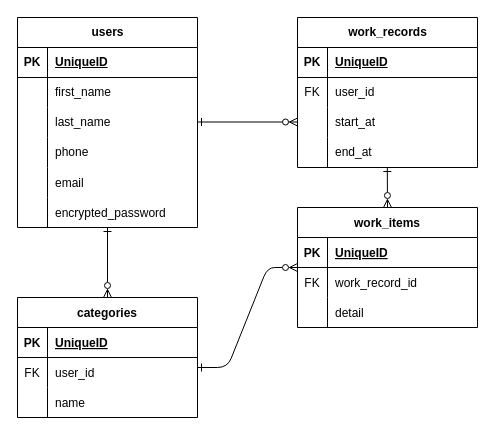
MasakiAraki/kanrikun keeps this draw.io diagram as doc/er.drawio. Above is the earlier version. Source tidied: cells renumbered, new cells numbered last; positions are measured from the earlier drawing's top-left corner, leaving out a move shared by most shapes. Both pictures are drawn from the tidied source at 100%, with x=0, y=0 at pixel (17, 17).
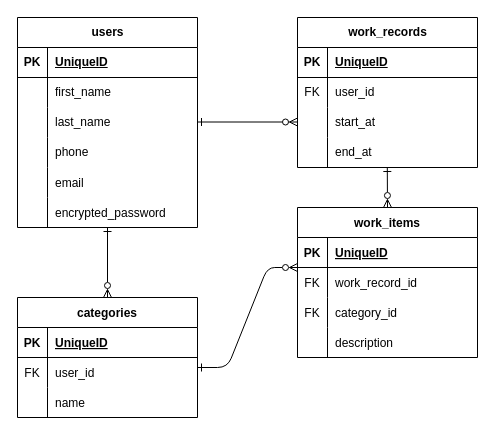
After the change.

What changed in the source:
```diff
@@
     <mxCell id="35" value="work_items" style="shape=table;startSize=30;childLayout=tableLayout;rowLines=0;fontStyle=1;align=center;" parent="1" vertex="1">
-      <mxGeometry x="280" y="190" width="180" height="120" as="geometry" />
+      <mxGeometry x="280" y="190" width="180" height="150" as="geometry" />
     </mxCell>
@@
+    <mxCell id="58" style="shape=tableRow;horizontal=0;startSize=0;swimlaneHead=0;swimlaneBody=0;fillColor=none;top=0;left=0;right=0;bottom=0;" parent="35" vertex="1">
+      <mxGeometry y="90" width="180" height="30" as="geometry" />
+    </mxCell>
+    <mxCell id="59" value="FK" style="shape=partialRectangle;fillColor=none;top=0;left=0;bottom=0;right=0;fontStyle=0;overflow=hidden;" parent="58" vertex="1">
+      <mxGeometry width="30" height="30" as="geometry" />
+    </mxCell>
+    <mxCell id="60" value="category_id" style="shape=partialRectangle;fillColor=none;top=0;left=0;bottom=0;right=0;align=left;spacingLeft=6;fontStyle=0;overflow=hidden;" parent="58" vertex="1">
+      <mxGeometry x="30" width="150" height="30" as="geometry" />
+    </mxCell>
     <mxCell id="42" style="shape=tableRow;horizontal=0;startSize=0;swimlaneHead=0;swimlaneBody=0;fillColor=none;top=0;left=0;right=0;bottom=0;" parent="35" vertex="1">
-      <mxGeometry y="90" width="180" height="30" as="geometry" />
+      <mxGeometry y="120" width="180" height="30" as="geometry" />
     </mxCell>
@@
-    <mxCell id="44" value="detail" style="shape=partialRectangle;fillColor=none;top=0;left=0;bottom=0;right=0;align=left;spacingLeft=6;overflow=hidden;" parent="42" vertex="1">
+    <mxCell id="44" value="description" style="shape=partialRectangle;fillColor=none;top=0;left=0;bottom=0;right=0;align=left;spacingLeft=6;overflow=hidden;" parent="42" vertex="1">
       <mxGeometry x="30" width="150" height="30" as="geometry" />
     </mxCell>
```
